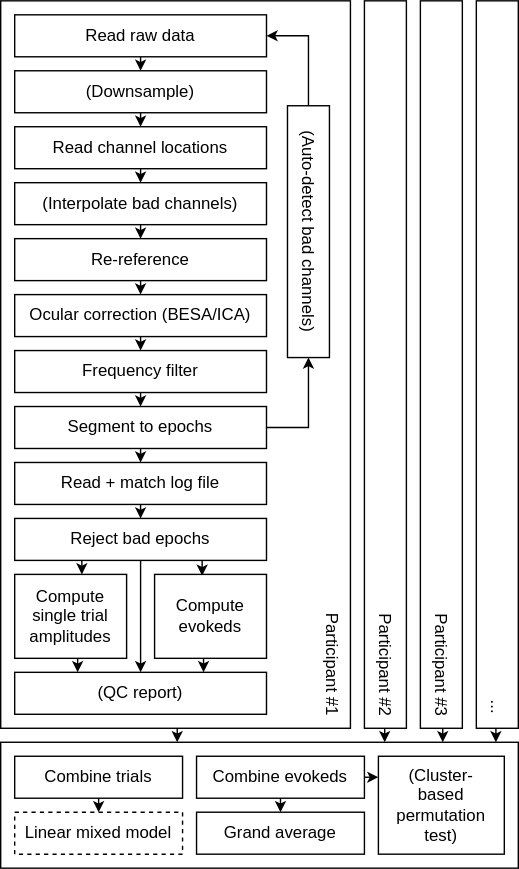
Earlier version of the draw.io export doc/source/_static/flowchart.svg (alexenge/hu-neuro-pipeline). Source tidied: cells renumbered, new cells last; positions are measured from the earlier drawing's top-left corner, leaving out a move shared by most shapes.
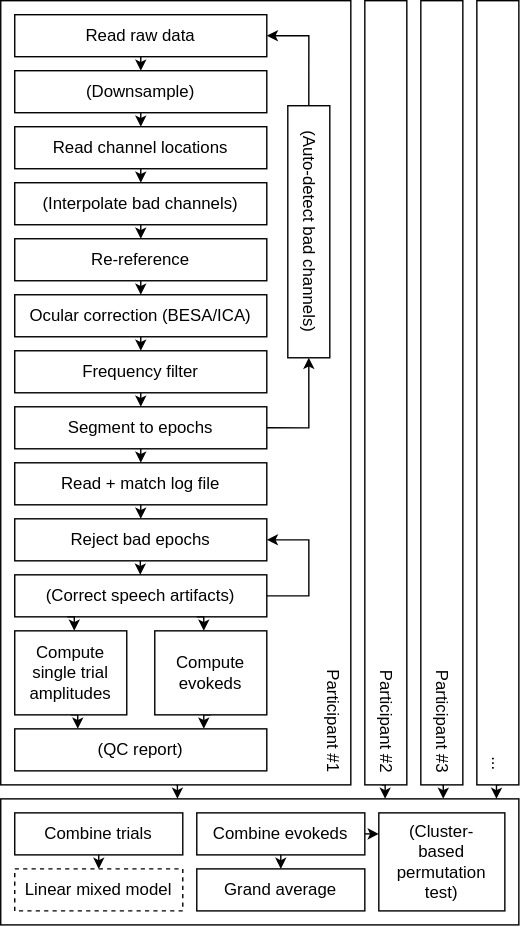
After the commit.

Commit message:
Add RIDE to flowchart

Diff of the diagram source:
```diff
@@ -2,11 +2,13 @@
   <root>
     <mxCell id="0" />
     <mxCell id="1" parent="0" />
-    <mxCell id="2" style="edgeStyle=orthogonalEdgeStyle;rounded=0;jettySize=auto;html=1;exitX=0.5;exitY=1;exitDx=0;exitDy=0;entryX=0.341;entryY=0;entryDx=0;entryDy=0;entryPerimeter=0;endSize=5;" parent="1" edge="1" source="3" target="34">
-      <mxGeometry relative="1" as="geometry" />
+    <mxCell id="2" style="edgeStyle=orthogonalEdgeStyle;rounded=0;jettySize=auto;html=1;exitX=0.5;exitY=1;exitDx=0;exitDy=0;entryX=0.341;entryY=0;entryDx=0;entryDy=0;entryPerimeter=0;endSize=5;" parent="1" edge="1" target="34">
+      <mxGeometry relative="1" as="geometry">
+        <mxPoint x="125" y="560" as="sourcePoint" />
+      </mxGeometry>
     </mxCell>
     <mxCell id="3" style="rounded=0;whiteSpace=wrap;html=1;" parent="1" vertex="1">
-      <mxGeometry width="250" height="520" as="geometry" />
+      <mxGeometry width="250" height="560" as="geometry" />
     </mxCell>
     <mxCell id="4" style="edgeStyle=orthogonalEdgeStyle;rounded=0;jettySize=auto;html=1;exitX=0.5;exitY=1;exitDx=0;exitDy=0;entryX=0.5;entryY=0;entryDx=0;entryDy=0;endSize=5;" parent="1" edge="1" source="5" target="13">
       <mxGeometry relative="1" as="geometry" />
@@ -65,15 +67,6 @@
     <mxCell id="22" value="Read + match log file" style="rounded=0;whiteSpace=wrap;html=1;" parent="1" vertex="1">
       <mxGeometry x="10" y="330" width="180" height="30" as="geometry" />
     </mxCell>
-    <mxCell id="23" style="edgeStyle=orthogonalEdgeStyle;rounded=0;jettySize=auto;html=1;exitX=0.5;exitY=1;exitDx=0;exitDy=0;entryX=0.5;entryY=0;entryDx=0;entryDy=0;endSize=5;" parent="1" edge="1" source="26" target="31">
-      <mxGeometry relative="1" as="geometry" />
-    </mxCell>
-    <mxCell id="24" style="edgeStyle=orthogonalEdgeStyle;rounded=0;jettySize=auto;html=1;exitX=0.75;exitY=1;exitDx=0;exitDy=0;entryX=0.425;entryY=0.017;entryDx=0;entryDy=0;entryPerimeter=0;endSize=5;" parent="1" edge="1" source="26" target="30">
-      <mxGeometry relative="1" as="geometry" />
-    </mxCell>
-    <mxCell id="25" style="edgeStyle=orthogonalEdgeStyle;rounded=0;jettySize=auto;html=1;exitX=0.25;exitY=1;exitDx=0;exitDy=0;entryX=0.6;entryY=0;entryDx=0;entryDy=0;entryPerimeter=0;endSize=5;" parent="1" edge="1" source="26" target="28">
-      <mxGeometry relative="1" as="geometry" />
-    </mxCell>
     <mxCell id="26" value="Reject bad epochs" style="rounded=0;whiteSpace=wrap;html=1;" parent="1" vertex="1">
       <mxGeometry x="10" y="370" width="180" height="30" as="geometry" />
     </mxCell>
@@ -81,16 +74,16 @@
       <mxGeometry relative="1" as="geometry" />
     </mxCell>
     <mxCell id="28" value="Compute single trial amplitudes" style="rounded=0;whiteSpace=wrap;html=1;" parent="1" vertex="1">
-      <mxGeometry x="10" y="410" width="80" height="60" as="geometry" />
+      <mxGeometry x="10" y="450" width="80" height="60" as="geometry" />
     </mxCell>
     <mxCell id="29" style="edgeStyle=orthogonalEdgeStyle;rounded=0;jettySize=auto;html=1;exitX=0.5;exitY=1;exitDx=0;exitDy=0;entryX=0.75;entryY=0;entryDx=0;entryDy=0;endSize=5;" parent="1" edge="1" source="30" target="31">
       <mxGeometry relative="1" as="geometry" />
     </mxCell>
     <mxCell id="30" value="Compute evokeds" style="rounded=0;whiteSpace=wrap;html=1;" parent="1" vertex="1">
-      <mxGeometry x="110" y="410" width="80" height="60" as="geometry" />
+      <mxGeometry x="110" y="450" width="80" height="60" as="geometry" />
     </mxCell>
     <mxCell id="31" value="(QC report)" style="rounded=0;whiteSpace=wrap;html=1;" parent="1" vertex="1">
-      <mxGeometry x="10" y="480" width="180" height="30" as="geometry" />
+      <mxGeometry x="10" y="520" width="180" height="30" as="geometry" />
     </mxCell>
     <mxCell id="32" style="edgeStyle=orthogonalEdgeStyle;rounded=0;jettySize=auto;html=1;exitX=0;exitY=0.5;exitDx=0;exitDy=0;entryX=1;entryY=0.5;entryDx=0;entryDy=0;endSize=5;" parent="1" edge="1" source="33" target="7">
       <mxGeometry relative="1" as="geometry" />
@@ -99,69 +92,106 @@
       <mxGeometry x="130" y="150" width="180" height="30" as="geometry" />
     </mxCell>
     <mxCell id="34" style="rounded=0;whiteSpace=wrap;html=1;" parent="1" vertex="1">
-      <mxGeometry y="530" width="370" height="90" as="geometry" />
+      <mxGeometry y="570" width="370" height="90" as="geometry" />
     </mxCell>
     <mxCell id="35" style="edgeStyle=orthogonalEdgeStyle;rounded=0;orthogonalLoop=1;jettySize=auto;html=1;exitX=0.5;exitY=1;exitDx=0;exitDy=0;entryX=0.75;entryY=0;entryDx=0;entryDy=0;endSize=5;" parent="1" edge="1">
       <mxGeometry relative="1" as="geometry">
-        <mxPoint x="272" y="520" as="sourcePoint" />
-        <mxPoint x="274.5" y="530" as="targetPoint" />
+        <mxPoint x="272" y="560" as="sourcePoint" />
+        <mxPoint x="274.5" y="570" as="targetPoint" />
       </mxGeometry>
     </mxCell>
     <mxCell id="36" style="rounded=0;whiteSpace=wrap;html=1;" parent="1" vertex="1">
-      <mxGeometry x="260" width="30" height="520" as="geometry" />
+      <mxGeometry x="260" width="30" height="560" as="geometry" />
     </mxCell>
-    <mxCell id="37" style="edgeStyle=orthogonalEdgeStyle;rounded=0;jettySize=auto;html=1;exitX=0.5;exitY=1;exitDx=0;exitDy=0;entryX=0.854;entryY=0;entryDx=0;entryDy=0;entryPerimeter=0;endSize=5;" parent="1" edge="1" source="38" target="34">
-      <mxGeometry relative="1" as="geometry" />
+    <mxCell id="37" style="edgeStyle=orthogonalEdgeStyle;rounded=0;jettySize=auto;html=1;exitX=0.5;exitY=1;exitDx=0;exitDy=0;entryX=0.854;entryY=0;entryDx=0;entryDy=0;entryPerimeter=0;endSize=5;" parent="1" edge="1" target="34">
+      <mxGeometry relative="1" as="geometry">
+        <mxPoint x="315" y="560" as="sourcePoint" />
+      </mxGeometry>
     </mxCell>
     <mxCell id="38" style="rounded=0;whiteSpace=wrap;html=1;" parent="1" vertex="1">
-      <mxGeometry x="300" width="30" height="520" as="geometry" />
+      <mxGeometry x="300" width="30" height="560" as="geometry" />
     </mxCell>
     <mxCell id="39" style="edgeStyle=orthogonalEdgeStyle;rounded=0;orthogonalLoop=1;jettySize=auto;html=1;exitX=0.5;exitY=1;exitDx=0;exitDy=0;entryX=0.954;entryY=0;entryDx=0;entryDy=0;entryPerimeter=0;endSize=5;" parent="1" edge="1">
       <mxGeometry relative="1" as="geometry">
-        <mxPoint x="356" y="520" as="sourcePoint" />
-        <mxPoint x="354" y="530" as="targetPoint" />
+        <mxPoint x="356" y="560" as="sourcePoint" />
+        <mxPoint x="354" y="570" as="targetPoint" />
       </mxGeometry>
     </mxCell>
     <mxCell id="40" style="rounded=0;whiteSpace=wrap;html=1;" parent="1" vertex="1">
-      <mxGeometry x="340" width="30" height="520" as="geometry" />
+      <mxGeometry x="340" width="30" height="560" as="geometry" />
     </mxCell>
     <mxCell id="41" style="edgeStyle=orthogonalEdgeStyle;rounded=0;jettySize=auto;html=1;exitX=0.5;exitY=1;exitDx=0;exitDy=0;entryX=0.5;entryY=0;entryDx=0;entryDy=0;endSize=5;" parent="1" edge="1" source="42" target="46">
       <mxGeometry relative="1" as="geometry" />
     </mxCell>
     <mxCell id="42" value="Combine trials" style="rounded=0;whiteSpace=wrap;html=1;" parent="1" vertex="1">
-      <mxGeometry x="10" y="540" width="120" height="30" as="geometry" />
+      <mxGeometry x="10" y="580" width="120" height="30" as="geometry" />
     </mxCell>
     <mxCell id="43" style="edgeStyle=orthogonalEdgeStyle;rounded=0;jettySize=auto;html=1;exitX=0.5;exitY=1;exitDx=0;exitDy=0;entryX=0.5;entryY=0;entryDx=0;entryDy=0;endSize=5;" parent="1" edge="1" source="45" target="47">
       <mxGeometry relative="1" as="geometry" />
     </mxCell>
     <mxCell id="44" style="edgeStyle=orthogonalEdgeStyle;rounded=0;jettySize=auto;html=1;exitX=1;exitY=0.5;exitDx=0;exitDy=0;endSize=5;" parent="1" edge="1" source="45">
       <mxGeometry relative="1" as="geometry">
-        <mxPoint x="270" y="555" as="targetPoint" />
+        <mxPoint x="270" y="595" as="targetPoint" />
       </mxGeometry>
     </mxCell>
     <mxCell id="45" value="Combine evokeds" style="rounded=0;whiteSpace=wrap;html=1;" parent="1" vertex="1">
-      <mxGeometry x="140" y="540" width="120" height="30" as="geometry" />
+      <mxGeometry x="140" y="580" width="120" height="30" as="geometry" />
     </mxCell>
     <mxCell id="46" value="Linear mixed model" style="rounded=0;whiteSpace=wrap;html=1;dashed=1;" parent="1" vertex="1">
-      <mxGeometry x="10" y="580" width="120" height="30" as="geometry" />
+      <mxGeometry x="10" y="620" width="120" height="30" as="geometry" />
     </mxCell>
     <mxCell id="47" value="Grand average" style="rounded=0;whiteSpace=wrap;html=1;" parent="1" vertex="1">
-      <mxGeometry x="140" y="580" width="120" height="30" as="geometry" />
+      <mxGeometry x="140" y="620" width="120" height="30" as="geometry" />
     </mxCell>
     <mxCell id="48" value="(Cluster-&lt;br&gt;based permutation&lt;br&gt;test)" style="rounded=0;whiteSpace=wrap;html=1;" parent="1" vertex="1">
-      <mxGeometry x="270" y="540" width="90" height="70" as="geometry" />
+      <mxGeometry x="270" y="580" width="90" height="70" as="geometry" />
     </mxCell>
     <mxCell id="49" value="Participant #1" style="text;html=1;align=center;verticalAlign=middle;whiteSpace=wrap;rounded=0;rotation=90;direction=west;flipV=1;flipH=1;" parent="1" vertex="1">
-      <mxGeometry x="192.3" y="464.4" width="90" height="21.2" as="geometry" />
+      <mxGeometry x="192.3" y="504.4" width="90" height="21.2" as="geometry" />
     </mxCell>
     <mxCell id="50" value="..." style="text;html=1;align=center;verticalAlign=middle;whiteSpace=wrap;rounded=0;rotation=90;" parent="1" vertex="1">
-      <mxGeometry x="340" y="490" width="30" height="30" as="geometry" />
+      <mxGeometry x="340" y="530" width="30" height="30" as="geometry" />
     </mxCell>
     <mxCell id="51" value="Participant #2" style="text;html=1;align=center;verticalAlign=middle;whiteSpace=wrap;rounded=0;rotation=90;direction=west;flipV=1;flipH=1;" parent="1" vertex="1">
-      <mxGeometry x="230" y="464.4" width="90" height="21.2" as="geometry" />
+      <mxGeometry x="230" y="504.4" width="90" height="21.2" as="geometry" />
     </mxCell>
     <mxCell id="52" value="Participant #3" style="text;html=1;align=center;verticalAlign=middle;whiteSpace=wrap;rounded=0;rotation=90;direction=west;flipV=1;flipH=1;" parent="1" vertex="1">
-      <mxGeometry x="270" y="464.4" width="90" height="21.2" as="geometry" />
+      <mxGeometry x="270" y="504.4" width="90" height="21.2" as="geometry" />
     </mxCell>
+    <mxCell id="53" value="(Correct speech artifacts)" style="rounded=0;whiteSpace=wrap;html=1;" parent="1" vertex="1">
+      <mxGeometry x="10" y="410" width="180" height="30" as="geometry" />
+    </mxCell>
+    <mxCell id="54" style="edgeStyle=orthogonalEdgeStyle;rounded=0;orthogonalLoop=1;jettySize=auto;html=1;exitX=0.5;exitY=1;exitDx=0;exitDy=0;entryX=0.5;entryY=0;entryDx=0;entryDy=0;endSize=5;" parent="1" edge="1">
+      <mxGeometry relative="1" as="geometry">
+        <mxPoint x="99.7" y="400" as="sourcePoint" />
+        <mxPoint x="99.7" y="410" as="targetPoint" />
+      </mxGeometry>
+    </mxCell>
+    <mxCell id="55" style="edgeStyle=orthogonalEdgeStyle;rounded=0;orthogonalLoop=1;jettySize=auto;html=1;exitX=0.5;exitY=1;exitDx=0;exitDy=0;entryX=0.25;entryY=0;entryDx=0;entryDy=0;endSize=5;" parent="1" edge="1">
+      <mxGeometry relative="1" as="geometry">
+        <mxPoint x="47.5" y="440" as="sourcePoint" />
+        <mxPoint x="52.5" y="450" as="targetPoint" />
+      </mxGeometry>
+    </mxCell>
+    <mxCell id="56" style="edgeStyle=orthogonalEdgeStyle;rounded=0;orthogonalLoop=1;jettySize=auto;html=1;exitX=0.5;exitY=1;exitDx=0;exitDy=0;entryX=0.25;entryY=0;entryDx=0;entryDy=0;endSize=5;" parent="1" edge="1">
+      <mxGeometry relative="1" as="geometry">
+        <mxPoint x="140" y="440" as="sourcePoint" />
+        <mxPoint x="145" y="450" as="targetPoint" />
+      </mxGeometry>
+    </mxCell>
+    <mxCell id="57" style="edgeStyle=orthogonalEdgeStyle;rounded=0;orthogonalLoop=1;jettySize=auto;html=1;exitX=0.5;exitY=1;exitDx=0;exitDy=0;endSize=5;" parent="1" edge="1">
+      <mxGeometry relative="1" as="geometry">
+        <mxPoint x="230" y="440" as="sourcePoint" />
+        <mxPoint x="230" y="440" as="targetPoint" />
+      </mxGeometry>
+    </mxCell>
+    <mxCell id="58" style="edgeStyle=orthogonalEdgeStyle;rounded=0;jettySize=auto;html=1;exitX=1;exitY=0.5;exitDx=0;exitDy=0;entryX=1;entryY=0.5;entryDx=0;entryDy=0;endSize=5;" parent="1" edge="1" source="53" target="26">
+      <mxGeometry relative="1" as="geometry">
+        <Array as="points">
+          <mxPoint x="220" y="425" />
+          <mxPoint x="220" y="385" />
+        </Array>
+      </mxGeometry>
+    </mxCell>
   </root>
 </mxGraphModel>
```
